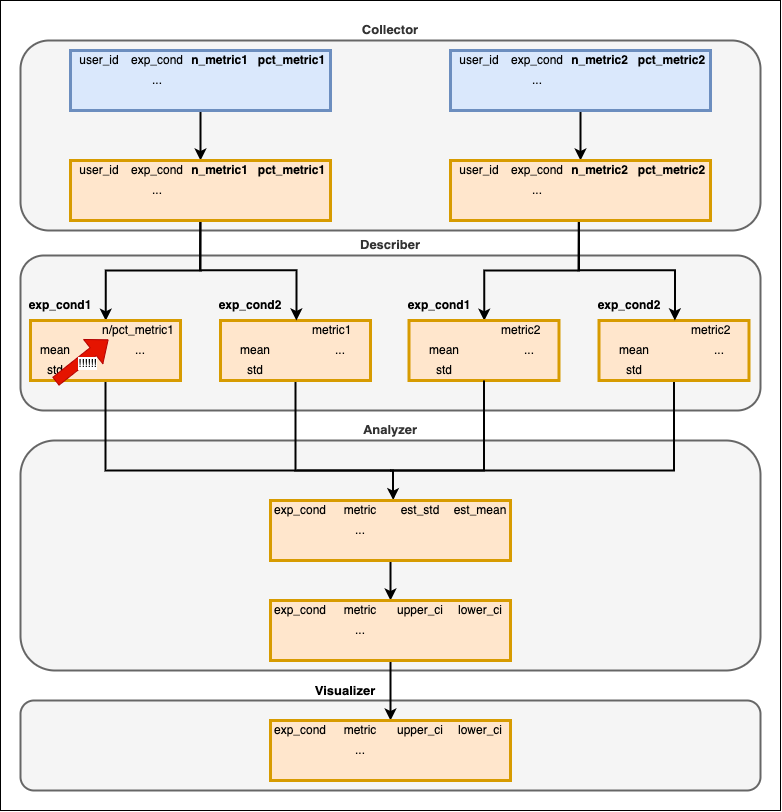
Earlier version of the draw.io export images/data_arch.drawio.png (kylekovac/abautomator-swipe). Source tidied: cells renumbered, new cells last; positions are measured from the earlier drawing's top-left corner, leaving out a move shared by most shapes.
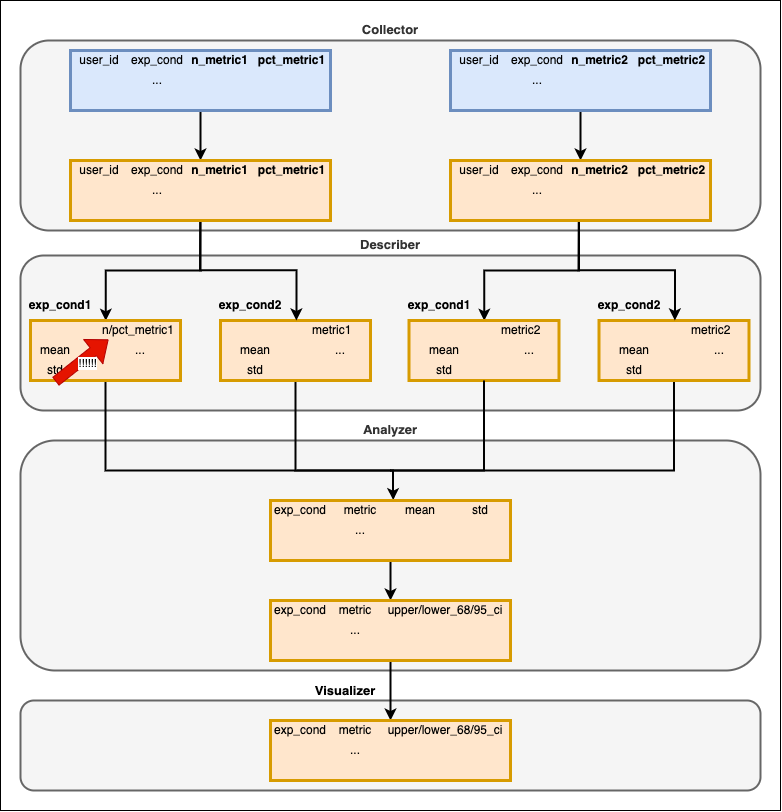
After the commit.

Diff of the diagram source:
```diff
@@ -303,10 +303,10 @@
     <mxCell id="93" value="metric" style="shape=partialRectangle;html=1;whiteSpace=wrap;fillColor=none;top=0;left=0;bottom=0;right=0;overflow=hidden;" parent="91" vertex="1">
       <mxGeometry x="60" width="60" height="20" as="geometry" />
     </mxCell>
-    <mxCell id="94" value="est_std" style="shape=partialRectangle;html=1;whiteSpace=wrap;fillColor=none;top=0;left=0;bottom=0;right=0;overflow=hidden;" parent="91" vertex="1">
+    <mxCell id="94" value="mean" style="shape=partialRectangle;html=1;whiteSpace=wrap;fillColor=none;top=0;left=0;bottom=0;right=0;overflow=hidden;" parent="91" vertex="1">
       <mxGeometry x="120" width="60" height="20" as="geometry" />
     </mxCell>
-    <mxCell id="95" value="est_mean" style="shape=partialRectangle;html=1;whiteSpace=wrap;fillColor=none;top=0;left=0;bottom=0;right=0;overflow=hidden;" parent="91" vertex="1">
+    <mxCell id="95" value="std" style="shape=partialRectangle;html=1;whiteSpace=wrap;fillColor=none;top=0;left=0;bottom=0;right=0;overflow=hidden;" parent="91" vertex="1">
       <mxGeometry x="180" width="60" height="20" as="geometry" />
     </mxCell>
     <mxCell id="96" style="shape=partialRectangle;html=1;whiteSpace=wrap;fillColor=none;top=0;left=0;bottom=0;right=0;" parent="90" vertex="1">
@@ -348,7 +348,7 @@
         </Array>
       </mxGeometry>
     </mxCell>
-    <mxCell id="107" style="edgeStyle=orthogonalEdgeStyle;rounded=0;jettySize=auto;html=1;fontSize=13;endArrow=classic;endFill=1;strokeColor=#000000;strokeWidth=2;" parent="1" edge="1" source="108" target="124">
+    <mxCell id="107" style="edgeStyle=orthogonalEdgeStyle;rounded=0;jettySize=auto;html=1;strokeWidth=2;" parent="1" edge="1" source="108" target="124">
       <mxGeometry relative="1" as="geometry" />
     </mxCell>
     <mxCell id="108" style="shape=table;html=1;whiteSpace=wrap;startSize=0;columnLines=0;rowLines=0;strokeWidth=3;fillColor=#ffe6cc;strokeColor=#d79b00;" parent="1" vertex="1">
@@ -361,14 +361,11 @@
       <mxGeometry width="60" height="20" as="geometry" />
     </mxCell>
     <mxCell id="111" value="metric" style="shape=partialRectangle;html=1;whiteSpace=wrap;fillColor=none;top=0;left=0;bottom=0;right=0;overflow=hidden;" parent="109" vertex="1">
-      <mxGeometry x="60" width="60" height="20" as="geometry" />
+      <mxGeometry x="60" width="50" height="20" as="geometry" />
     </mxCell>
-    <mxCell id="112" value="upper_ci" style="shape=partialRectangle;html=1;whiteSpace=wrap;fillColor=none;top=0;left=0;bottom=0;right=0;overflow=hidden;" parent="109" vertex="1">
-      <mxGeometry x="120" width="60" height="20" as="geometry" />
+    <mxCell id="112" value="upper/lower_68/95_ci" style="shape=partialRectangle;html=1;whiteSpace=wrap;fillColor=none;top=0;left=0;bottom=0;right=0;overflow=hidden;" parent="109" vertex="1">
+      <mxGeometry x="110" width="130" height="20" as="geometry" />
     </mxCell>
-    <mxCell id="113" value="lower_ci" style="shape=partialRectangle;html=1;whiteSpace=wrap;fillColor=none;top=0;left=0;bottom=0;right=0;overflow=hidden;" parent="109" vertex="1">
-      <mxGeometry x="180" width="60" height="20" as="geometry" />
-    </mxCell>
     <mxCell id="114" style="shape=partialRectangle;html=1;whiteSpace=wrap;fillColor=none;top=0;left=0;bottom=0;right=0;" parent="108" vertex="1">
       <mxGeometry y="20" width="240" height="20" as="geometry" />
     </mxCell>
@@ -376,14 +373,11 @@
       <mxGeometry width="60" height="20" as="geometry" />
     </mxCell>
     <mxCell id="116" value="..." style="shape=partialRectangle;html=1;whiteSpace=wrap;fillColor=none;top=0;left=0;bottom=0;right=0;overflow=hidden;strokeWidth=3;" parent="114" vertex="1">
-      <mxGeometry x="60" width="60" height="20" as="geometry" />
+      <mxGeometry x="60" width="50" height="20" as="geometry" />
     </mxCell>
     <mxCell id="117" style="shape=partialRectangle;html=1;whiteSpace=wrap;fillColor=none;top=0;left=0;bottom=0;right=0;overflow=hidden;" parent="114" vertex="1">
-      <mxGeometry x="120" width="60" height="20" as="geometry" />
+      <mxGeometry x="110" width="130" height="20" as="geometry" />
     </mxCell>
-    <mxCell id="118" style="shape=partialRectangle;html=1;whiteSpace=wrap;fillColor=none;top=0;left=0;bottom=0;right=0;overflow=hidden;" parent="114" vertex="1">
-      <mxGeometry x="180" width="60" height="20" as="geometry" />
-    </mxCell>
     <mxCell id="119" style="shape=partialRectangle;html=1;whiteSpace=wrap;fillColor=none;top=0;left=0;bottom=0;right=0;" parent="108" vertex="1">
       <mxGeometry y="40" width="240" height="20" as="geometry" />
     </mxCell>
@@ -391,62 +385,11 @@
       <mxGeometry width="60" height="20" as="geometry" />
     </mxCell>
     <mxCell id="121" style="shape=partialRectangle;html=1;whiteSpace=wrap;fillColor=none;top=0;left=0;bottom=0;right=0;overflow=hidden;" parent="119" vertex="1">
-      <mxGeometry x="60" width="60" height="20" as="geometry" />
+      <mxGeometry x="60" width="50" height="20" as="geometry" />
     </mxCell>
     <mxCell id="122" style="shape=partialRectangle;html=1;whiteSpace=wrap;fillColor=none;top=0;left=0;bottom=0;right=0;overflow=hidden;" parent="119" vertex="1">
-      <mxGeometry x="120" width="60" height="20" as="geometry" />
+      <mxGeometry x="110" width="130" height="20" as="geometry" />
     </mxCell>
-    <mxCell id="123" style="shape=partialRectangle;html=1;whiteSpace=wrap;fillColor=none;top=0;left=0;bottom=0;right=0;overflow=hidden;" parent="119" vertex="1">
-      <mxGeometry x="180" width="60" height="20" as="geometry" />
-    </mxCell>
-    <mxCell id="124" style="shape=table;html=1;whiteSpace=wrap;startSize=0;columnLines=0;rowLines=0;strokeWidth=3;fillColor=#ffe6cc;strokeColor=#d79b00;" parent="1" vertex="1">
-      <mxGeometry x="270" y="720" width="240" height="60" as="geometry" />
-    </mxCell>
-    <mxCell id="125" style="shape=partialRectangle;html=1;whiteSpace=wrap;fillColor=none;top=0;left=0;bottom=0;right=0;" parent="124" vertex="1">
-      <mxGeometry width="240" height="20" as="geometry" />
-    </mxCell>
-    <mxCell id="126" value="exp_cond" style="shape=partialRectangle;html=1;whiteSpace=wrap;fillColor=none;top=0;left=0;bottom=0;right=0;overflow=hidden;" parent="125" vertex="1">
-      <mxGeometry width="60" height="20" as="geometry" />
-    </mxCell>
-    <mxCell id="127" value="metric" style="shape=partialRectangle;html=1;whiteSpace=wrap;fillColor=none;top=0;left=0;bottom=0;right=0;overflow=hidden;" parent="125" vertex="1">
-      <mxGeometry x="60" width="60" height="20" as="geometry" />
-    </mxCell>
-    <mxCell id="128" value="upper_ci" style="shape=partialRectangle;html=1;whiteSpace=wrap;fillColor=none;top=0;left=0;bottom=0;right=0;overflow=hidden;" parent="125" vertex="1">
-      <mxGeometry x="120" width="60" height="20" as="geometry" />
-    </mxCell>
-    <mxCell id="129" value="lower_ci" style="shape=partialRectangle;html=1;whiteSpace=wrap;fillColor=none;top=0;left=0;bottom=0;right=0;overflow=hidden;" parent="125" vertex="1">
-      <mxGeometry x="180" width="60" height="20" as="geometry" />
-    </mxCell>
-    <mxCell id="130" style="shape=partialRectangle;html=1;whiteSpace=wrap;fillColor=none;top=0;left=0;bottom=0;right=0;" parent="124" vertex="1">
-      <mxGeometry y="20" width="240" height="20" as="geometry" />
-    </mxCell>
-    <mxCell id="131" style="shape=partialRectangle;html=1;whiteSpace=wrap;fillColor=none;top=0;left=0;bottom=0;right=0;overflow=hidden;" parent="130" vertex="1">
-      <mxGeometry width="60" height="20" as="geometry" />
-    </mxCell>
-    <mxCell id="132" value="..." style="shape=partialRectangle;html=1;whiteSpace=wrap;fillColor=none;top=0;left=0;bottom=0;right=0;overflow=hidden;strokeWidth=3;" parent="130" vertex="1">
-      <mxGeometry x="60" width="60" height="20" as="geometry" />
-    </mxCell>
-    <mxCell id="133" style="shape=partialRectangle;html=1;whiteSpace=wrap;fillColor=none;top=0;left=0;bottom=0;right=0;overflow=hidden;" parent="130" vertex="1">
-      <mxGeometry x="120" width="60" height="20" as="geometry" />
-    </mxCell>
-    <mxCell id="134" style="shape=partialRectangle;html=1;whiteSpace=wrap;fillColor=none;top=0;left=0;bottom=0;right=0;overflow=hidden;" parent="130" vertex="1">
-      <mxGeometry x="180" width="60" height="20" as="geometry" />
-    </mxCell>
-    <mxCell id="135" style="shape=partialRectangle;html=1;whiteSpace=wrap;fillColor=none;top=0;left=0;bottom=0;right=0;" parent="124" vertex="1">
-      <mxGeometry y="40" width="240" height="20" as="geometry" />
-    </mxCell>
-    <mxCell id="136" style="shape=partialRectangle;html=1;whiteSpace=wrap;fillColor=none;top=0;left=0;bottom=0;right=0;overflow=hidden;" parent="135" vertex="1">
-      <mxGeometry width="60" height="20" as="geometry" />
-    </mxCell>
-    <mxCell id="137" style="shape=partialRectangle;html=1;whiteSpace=wrap;fillColor=none;top=0;left=0;bottom=0;right=0;overflow=hidden;" parent="135" vertex="1">
-      <mxGeometry x="60" width="60" height="20" as="geometry" />
-    </mxCell>
-    <mxCell id="138" style="shape=partialRectangle;html=1;whiteSpace=wrap;fillColor=none;top=0;left=0;bottom=0;right=0;overflow=hidden;" parent="135" vertex="1">
-      <mxGeometry x="120" width="60" height="20" as="geometry" />
-    </mxCell>
-    <mxCell id="139" style="shape=partialRectangle;html=1;whiteSpace=wrap;fillColor=none;top=0;left=0;bottom=0;right=0;overflow=hidden;" parent="135" vertex="1">
-      <mxGeometry x="180" width="60" height="20" as="geometry" />
-    </mxCell>
     <mxCell id="140" value="&lt;b&gt;Visualizer&lt;/b&gt;" style="text;html=1;strokeColor=none;fillColor=none;align=center;verticalAlign=middle;whiteSpace=wrap;rounded=0;labelBackgroundColor=#FFFFFF;fontSize=13;" parent="1" vertex="1">
       <mxGeometry x="315" y="675" width="60" height="30" as="geometry" />
     </mxCell>
@@ -597,5 +540,44 @@
     <mxCell id="189" style="shape=partialRectangle;html=1;whiteSpace=wrap;fillColor=none;top=0;left=0;bottom=0;right=0;overflow=hidden;" parent="185" vertex="1">
       <mxGeometry x="183" width="77" height="20" as="geometry" />
     </mxCell>
+    <mxCell id="124" style="shape=table;html=1;whiteSpace=wrap;startSize=0;columnLines=0;rowLines=0;strokeWidth=3;fillColor=#ffe6cc;strokeColor=#d79b00;" parent="1" vertex="1">
+      <mxGeometry x="270" y="720" width="240" height="60" as="geometry" />
+    </mxCell>
+    <mxCell id="125" style="shape=partialRectangle;html=1;whiteSpace=wrap;fillColor=none;top=0;left=0;bottom=0;right=0;" parent="124" vertex="1">
+      <mxGeometry width="240" height="20" as="geometry" />
+    </mxCell>
+    <mxCell id="126" value="exp_cond" style="shape=partialRectangle;html=1;whiteSpace=wrap;fillColor=none;top=0;left=0;bottom=0;right=0;overflow=hidden;" parent="125" vertex="1">
+      <mxGeometry width="60" height="20" as="geometry" />
+    </mxCell>
+    <mxCell id="127" value="metric" style="shape=partialRectangle;html=1;whiteSpace=wrap;fillColor=none;top=0;left=0;bottom=0;right=0;overflow=hidden;" parent="125" vertex="1">
+      <mxGeometry x="60" width="50" height="20" as="geometry" />
+    </mxCell>
+    <mxCell id="190" value="upper/lower_68/95_ci" style="shape=partialRectangle;html=1;whiteSpace=wrap;fillColor=none;top=0;left=0;bottom=0;right=0;overflow=hidden;" parent="125" vertex="1">
+      <mxGeometry x="110" width="130" height="20" as="geometry" />
+    </mxCell>
+    <mxCell id="130" style="shape=partialRectangle;html=1;whiteSpace=wrap;fillColor=none;top=0;left=0;bottom=0;right=0;" parent="124" vertex="1">
+      <mxGeometry y="20" width="240" height="20" as="geometry" />
+    </mxCell>
+    <mxCell id="191" style="shape=partialRectangle;html=1;whiteSpace=wrap;fillColor=none;top=0;left=0;bottom=0;right=0;overflow=hidden;" parent="130" vertex="1">
+      <mxGeometry width="60" height="20" as="geometry" />
+    </mxCell>
+    <mxCell id="132" value="..." style="shape=partialRectangle;html=1;whiteSpace=wrap;fillColor=none;top=0;left=0;bottom=0;right=0;overflow=hidden;strokeWidth=3;" parent="130" vertex="1">
+      <mxGeometry x="60" width="50" height="20" as="geometry" />
+    </mxCell>
+    <mxCell id="192" style="shape=partialRectangle;html=1;whiteSpace=wrap;fillColor=none;top=0;left=0;bottom=0;right=0;overflow=hidden;" parent="130" vertex="1">
+      <mxGeometry x="110" width="130" height="20" as="geometry" />
+    </mxCell>
+    <mxCell id="135" style="shape=partialRectangle;html=1;whiteSpace=wrap;fillColor=none;top=0;left=0;bottom=0;right=0;" parent="124" vertex="1">
+      <mxGeometry y="40" width="240" height="20" as="geometry" />
+    </mxCell>
+    <mxCell id="193" style="shape=partialRectangle;html=1;whiteSpace=wrap;fillColor=none;top=0;left=0;bottom=0;right=0;overflow=hidden;" parent="135" vertex="1">
+      <mxGeometry width="60" height="20" as="geometry" />
+    </mxCell>
+    <mxCell id="194" style="shape=partialRectangle;html=1;whiteSpace=wrap;fillColor=none;top=0;left=0;bottom=0;right=0;overflow=hidden;" parent="135" vertex="1">
+      <mxGeometry x="60" width="50" height="20" as="geometry" />
+    </mxCell>
+    <mxCell id="195" style="shape=partialRectangle;html=1;whiteSpace=wrap;fillColor=none;top=0;left=0;bottom=0;right=0;overflow=hidden;" parent="135" vertex="1">
+      <mxGeometry x="110" width="130" height="20" as="geometry" />
+    </mxCell>
   </root>
 </mxGraphModel>
```
